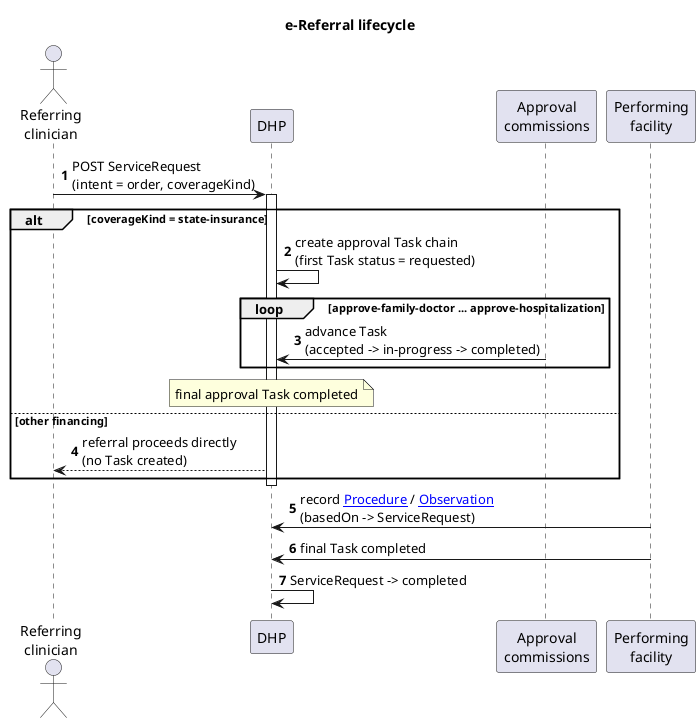
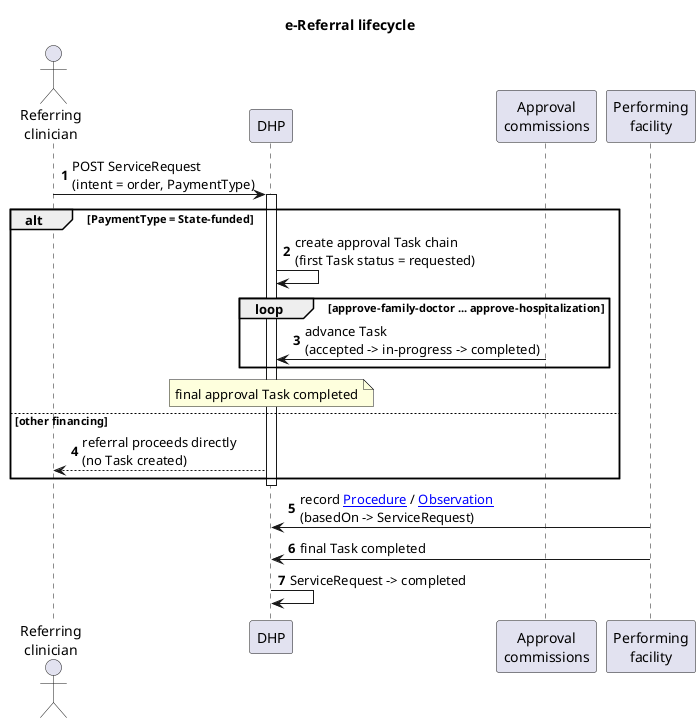
@startuml referral-sequence
title e-Referral lifecycle
autonumber

actor "Referring\nclinician" as Clin
participant "DHP" as DHP
participant "Approval\ncommissions" as Comm
participant "Performing\nfacility" as Fac

- Clin -> DHP : POST ServiceRequest\n(intent = order, coverageKind)
+ Clin -> DHP : POST ServiceRequest\n(intent = order, PaymentType)
activate DHP

- alt coverageKind = state-insurance
+ alt PaymentType = State-funded
  DHP -> DHP : create approval Task chain\n(first Task status = requested)
  loop approve-family-doctor ... approve-hospitalization
    Comm -> DHP : advance Task\n(accepted -> in-progress -> completed)
  end
  note over DHP : final approval Task completed
else other financing
  DHP --> Clin : referral proceeds directly\n(no Task created)
end
deactivate DHP

Fac -> DHP : record [[StructureDefinition-uz-core-procedure.html Procedure]] / [[StructureDefinition-uz-core-observation.html Observation]]\n(basedOn -> ServiceRequest)
Fac -> DHP : final Task completed
DHP -> DHP : ServiceRequest -> completed
@enduml
